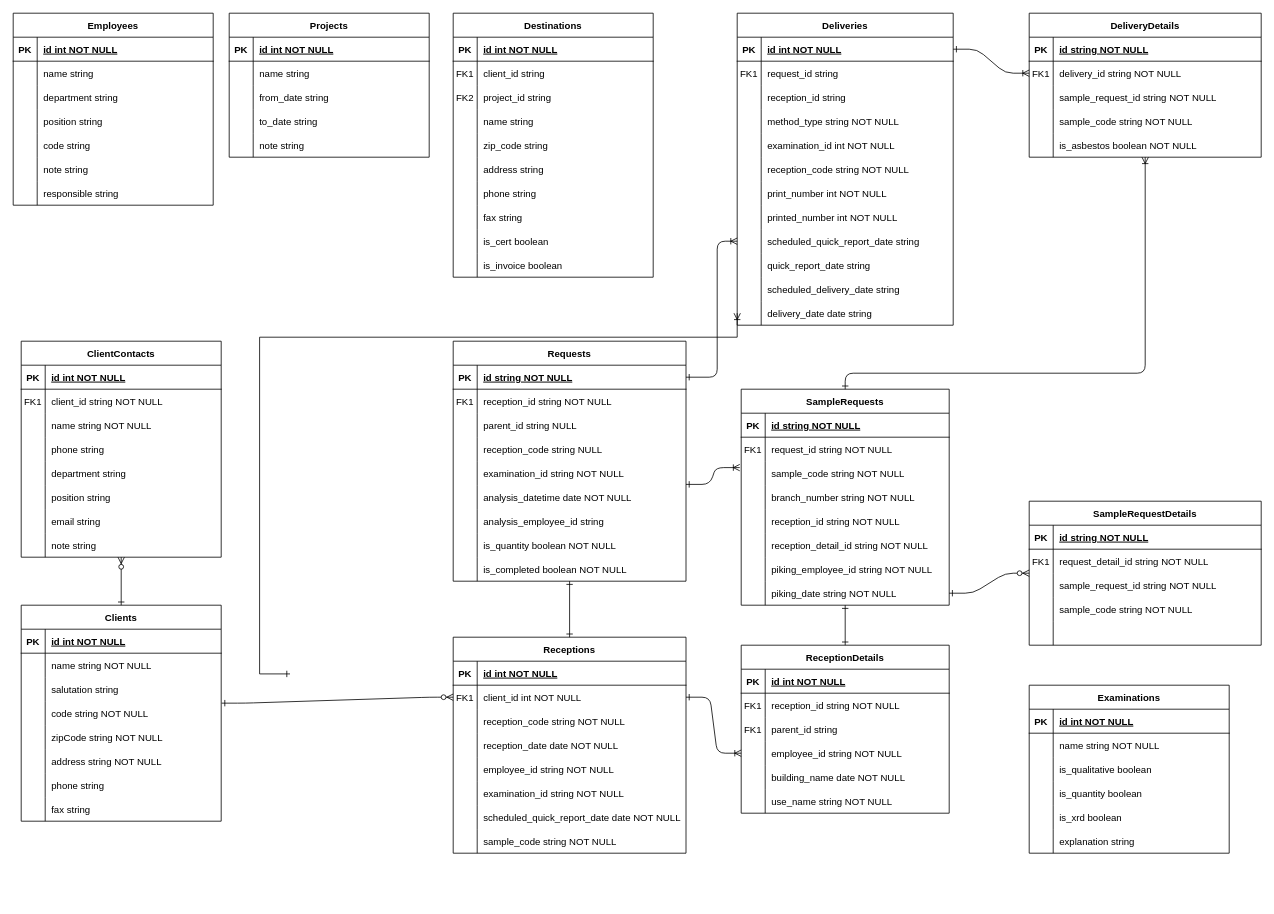
Earlier version of the draw.io diagram page "E-R図" (1 of 4) of NELAB.drawio (kaoru387/draw.io). Source tidied: cells renumbered, new cells numbered last; positions are measured from the earlier drawing's top-left corner, leaving out a move shared by most shapes. Both pictures are drawn from the tidied source at 80%, with x=0, y=0 at pixel (13, 13).
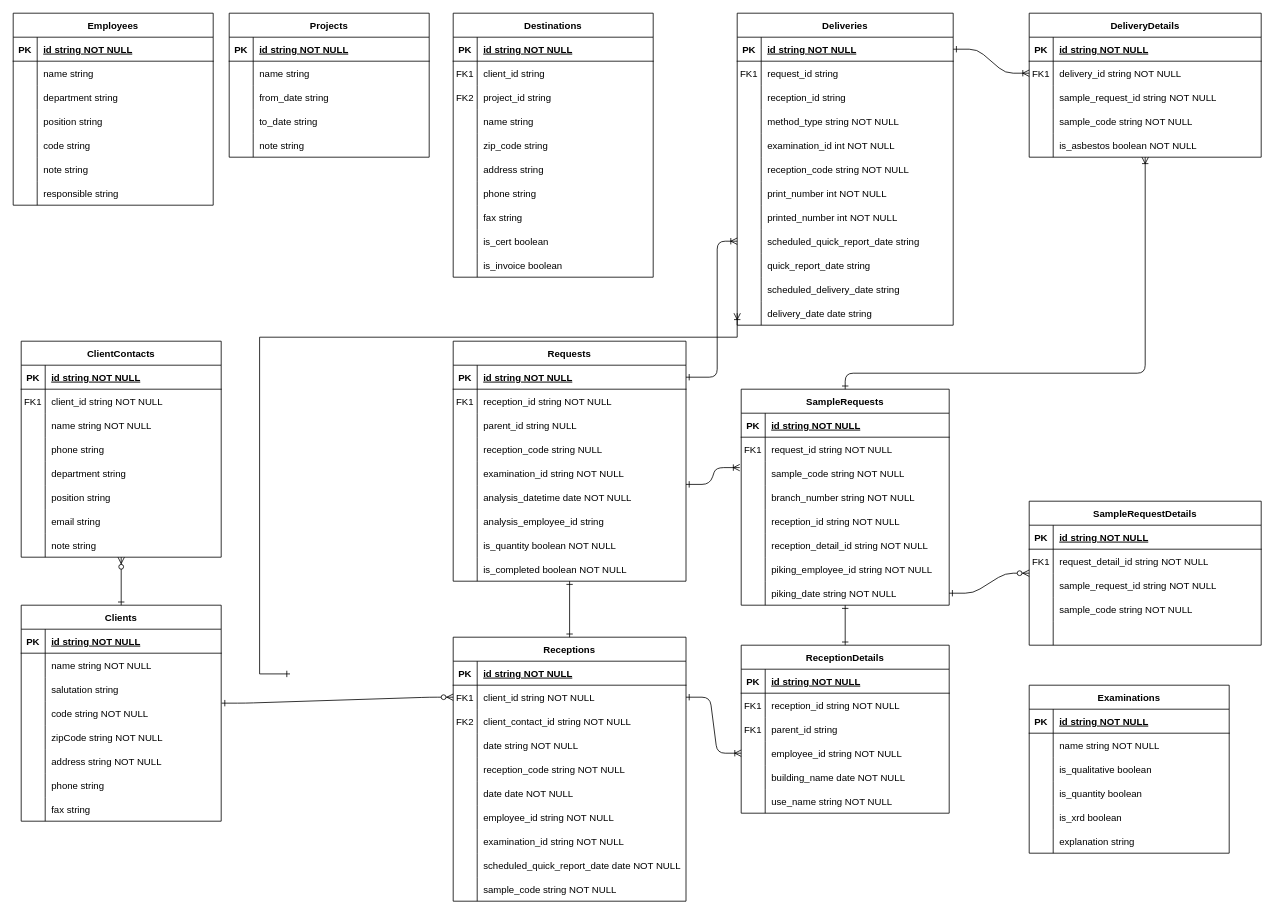
Above is the later version.

Commit message (it also covers changes not shown here):
NELAB.drawio を更新します

Unchanged cells that the change refers to:
```xml
<mxCell id="5" style="shape=partialRectangle;fillColor=none;top=0;left=0;right=0;bottom=1;" parent="4" vertex="1">
  <mxGeometry y="30" width="291" height="30" as="geometry" />
</mxCell>
<mxCell id="8" style="shape=partialRectangle;fillColor=none;points=[[0,0.5],[1,0.5]];portConstraint=eastwest;top=0;left=0;right=0;bottom=0;" parent="4" vertex="1">
  <mxGeometry y="60" width="291" height="30" as="geometry" />
</mxCell>
<mxCell id="11" style="shape=partialRectangle;fillColor=none;top=0;left=0;right=0;bottom=0;" parent="4" vertex="1">
  <mxGeometry y="90" width="291" height="30" as="geometry" />
</mxCell>
<mxCell id="30" style="shape=partialRectangle;fillColor=none;points=[[0,0.5],[1,0.5]];portConstraint=eastwest;top=0;left=0;right=0;bottom=1;" parent="29" vertex="1">
  <mxGeometry y="30" width="270" height="30" as="geometry" />
</mxCell>
<mxCell id="67" style="shape=partialRectangle;fillColor=none;top=0;left=0;right=0;bottom=1;" parent="66" vertex="1">
  <mxGeometry y="30" width="250" height="30" as="geometry" />
</mxCell>
<mxCell id="92" style="shape=partialRectangle;fillColor=none;top=0;left=0;right=0;bottom=1;" parent="91" vertex="1">
  <mxGeometry y="30" width="260" height="30" as="geometry" />
</mxCell>
<mxCell id="111" style="shape=partialRectangle;fillColor=none;top=0;left=0;right=0;bottom=1;" parent="110" vertex="1">
  <mxGeometry y="30" width="250" height="30" as="geometry" />
</mxCell>
<mxCell id="231" style="shape=partialRectangle;fillColor=none;top=0;left=0;right=0;bottom=1;" parent="230" vertex="1">
  <mxGeometry y="30" width="250" height="30" as="geometry" />
</mxCell>
<mxCell id="262" style="shape=partialRectangle;fillColor=none;top=0;left=0;right=0;bottom=1;" parent="261" vertex="1">
  <mxGeometry y="30" width="250" height="30" as="geometry" />
</mxCell>
<mxCell id="278" style="shape=partialRectangle;fillColor=none;top=0;left=0;right=0;bottom=1;" parent="277" vertex="1">
  <mxGeometry y="30" width="250" height="30" as="geometry" />
</mxCell>
<mxCell id="300" style="shape=partialRectangle;fillColor=none;top=0;left=0;right=0;bottom=1;" parent="299" vertex="1">
  <mxGeometry y="30" width="250" height="30" as="geometry" />
</mxCell>
```

Change to the diagram source:
```diff
@@
     <mxCell id="4" value="Receptions" style="shape=table;startSize=30;childLayout=tableLayout;rowLines=0;fontStyle=1;align=center;" parent="1" vertex="1">
-      <mxGeometry x="550" y="780" width="291" height="270" as="geometry" />
+      <mxGeometry x="550" y="780" width="291" height="330" as="geometry" />
     </mxCell>
@@
-    <mxCell id="7" value="id int NOT NULL " style="shape=partialRectangle;overflow=hidden;fillColor=none;top=0;left=0;bottom=0;right=0;align=left;spacingLeft=6;fontStyle=5;" parent="5" vertex="1">
+    <mxCell id="7" value="id string NOT NULL " style="shape=partialRectangle;overflow=hidden;fillColor=none;top=0;left=0;bottom=0;right=0;align=left;spacingLeft=6;fontStyle=5;" parent="5" vertex="1">
       <mxGeometry x="30" width="261" height="30" as="geometry" />
     </mxCell>
@@
-    <mxCell id="10" value="client_id int NOT NULL" style="shape=partialRectangle;overflow=hidden;fillColor=none;top=0;left=0;bottom=0;right=0;align=left;spacingLeft=6;" parent="8" vertex="1">
+    <mxCell id="10" value="client_id string NOT NULL" style="shape=partialRectangle;overflow=hidden;fillColor=none;top=0;left=0;bottom=0;right=0;align=left;spacingLeft=6;" parent="8" vertex="1">
       <mxGeometry x="30" width="261" height="30" as="geometry" />
     </mxCell>
@@
-    <mxCell id="12" style="shape=partialRectangle;overflow=hidden;fillColor=none;top=0;left=0;bottom=0;right=0;" parent="11" vertex="1">
+    <mxCell id="12" value="FK2" style="shape=partialRectangle;overflow=hidden;fillColor=none;top=0;left=0;bottom=0;right=0;" parent="11" vertex="1">
       <mxGeometry width="30" height="30" as="geometry" />
     </mxCell>
-    <mxCell id="13" value="reception_code string NOT NULL" style="shape=partialRectangle;overflow=hidden;fillColor=none;top=0;left=0;bottom=0;right=0;align=left;spacingLeft=6;" parent="11" vertex="1">
+    <mxCell id="13" value="client_contact_id string NOT NULL" style="shape=partialRectangle;overflow=hidden;fillColor=none;top=0;left=0;bottom=0;right=0;align=left;spacingLeft=6;" parent="11" vertex="1">
       <mxGeometry x="30" width="261" height="30" as="geometry" />
     </mxCell>
+    <mxCell id="318" style="shape=partialRectangle;fillColor=none;top=0;left=0;right=0;bottom=0;" parent="4" vertex="1">
+      <mxGeometry y="120" width="291" height="30" as="geometry" />
+    </mxCell>
+    <mxCell id="319" style="shape=partialRectangle;overflow=hidden;fillColor=none;top=0;left=0;bottom=0;right=0;" parent="318" vertex="1">
+      <mxGeometry width="30" height="30" as="geometry" />
+    </mxCell>
+    <mxCell id="320" value="date string NOT NULL" style="shape=partialRectangle;overflow=hidden;fillColor=none;top=0;left=0;bottom=0;right=0;align=left;spacingLeft=6;" parent="318" vertex="1">
+      <mxGeometry x="30" width="261" height="30" as="geometry" />
+    </mxCell>
+    <mxCell id="321" style="shape=partialRectangle;fillColor=none;top=0;left=0;right=0;bottom=0;" parent="4" vertex="1">
+      <mxGeometry y="150" width="291" height="30" as="geometry" />
+    </mxCell>
+    <mxCell id="322" style="shape=partialRectangle;overflow=hidden;fillColor=none;top=0;left=0;bottom=0;right=0;" parent="321" vertex="1">
+      <mxGeometry width="30" height="30" as="geometry" />
+    </mxCell>
+    <mxCell id="323" value="reception_code string NOT NULL" style="shape=partialRectangle;overflow=hidden;fillColor=none;top=0;left=0;bottom=0;right=0;align=left;spacingLeft=6;" parent="321" vertex="1">
+      <mxGeometry x="30" width="261" height="30" as="geometry" />
+    </mxCell>
     <mxCell id="14" style="shape=partialRectangle;fillColor=none;top=0;left=0;right=0;bottom=0;" parent="4" vertex="1">
-      <mxGeometry y="120" width="291" height="30" as="geometry" />
+      <mxGeometry y="180" width="291" height="30" as="geometry" />
     </mxCell>
@@
-    <mxCell id="16" value="reception_date date NOT NULL" style="shape=partialRectangle;overflow=hidden;fillColor=none;top=0;left=0;bottom=0;right=0;align=left;spacingLeft=6;" parent="14" vertex="1">
+    <mxCell id="16" value="date date NOT NULL" style="shape=partialRectangle;overflow=hidden;fillColor=none;top=0;left=0;bottom=0;right=0;align=left;spacingLeft=6;" parent="14" vertex="1">
       <mxGeometry x="30" width="261" height="30" as="geometry" />
     </mxCell>
     <mxCell id="17" style="shape=partialRectangle;fillColor=none;top=0;left=0;right=0;bottom=0;" parent="4" vertex="1">
-      <mxGeometry y="150" width="291" height="30" as="geometry" />
+      <mxGeometry y="210" width="291" height="30" as="geometry" />
     </mxCell>
@@
     <mxCell id="20" style="shape=partialRectangle;fillColor=none;top=0;left=0;right=0;bottom=0;" parent="4" vertex="1">
-      <mxGeometry y="180" width="291" height="30" as="geometry" />
+      <mxGeometry y="240" width="291" height="30" as="geometry" />
     </mxCell>
@@
     <mxCell id="23" style="shape=partialRectangle;fillColor=none;top=0;left=0;right=0;bottom=0;" parent="4" vertex="1">
-      <mxGeometry y="210" width="291" height="30" as="geometry" />
+      <mxGeometry y="270" width="291" height="30" as="geometry" />
     </mxCell>
@@
     <mxCell id="26" style="shape=partialRectangle;fillColor=none;top=0;left=0;right=0;bottom=0;" parent="4" vertex="1">
-      <mxGeometry y="240" width="291" height="30" as="geometry" />
+      <mxGeometry y="300" width="291" height="30" as="geometry" />
     </mxCell>
@@
-    <mxCell id="32" value="id int NOT NULL " style="shape=partialRectangle;overflow=hidden;fillColor=none;top=0;left=0;bottom=0;right=0;align=left;spacingLeft=6;fontStyle=5;" parent="30" vertex="1">
+    <mxCell id="32" value="id string NOT NULL " style="shape=partialRectangle;overflow=hidden;fillColor=none;top=0;left=0;bottom=0;right=0;align=left;spacingLeft=6;fontStyle=5;" parent="30" vertex="1">
       <mxGeometry x="30" width="240" height="30" as="geometry" />
     </mxCell>
@@
-    <mxCell id="69" value="id int NOT NULL " style="shape=partialRectangle;overflow=hidden;fillColor=none;top=0;left=0;bottom=0;right=0;align=left;spacingLeft=6;fontStyle=5;" parent="67" vertex="1">
+    <mxCell id="69" value="id string NOT NULL " style="shape=partialRectangle;overflow=hidden;fillColor=none;top=0;left=0;bottom=0;right=0;align=left;spacingLeft=6;fontStyle=5;" parent="67" vertex="1">
       <mxGeometry x="30" width="220" height="30" as="geometry" />
     </mxCell>
@@
-    <mxCell id="94" value="id int NOT NULL " style="shape=partialRectangle;overflow=hidden;fillColor=none;top=0;left=0;bottom=0;right=0;align=left;spacingLeft=6;fontStyle=5;" parent="92" vertex="1">
+    <mxCell id="94" value="id string NOT NULL " style="shape=partialRectangle;overflow=hidden;fillColor=none;top=0;left=0;bottom=0;right=0;align=left;spacingLeft=6;fontStyle=5;" parent="92" vertex="1">
       <mxGeometry x="30" width="230" height="30" as="geometry" />
     </mxCell>
@@
-    <mxCell id="113" value="id int NOT NULL " style="shape=partialRectangle;overflow=hidden;fillColor=none;top=0;left=0;bottom=0;right=0;align=left;spacingLeft=6;fontStyle=5;" parent="111" vertex="1">
+    <mxCell id="113" value="id string NOT NULL " style="shape=partialRectangle;overflow=hidden;fillColor=none;top=0;left=0;bottom=0;right=0;align=left;spacingLeft=6;fontStyle=5;" parent="111" vertex="1">
       <mxGeometry x="30" width="220" height="30" as="geometry" />
     </mxCell>
@@
-    <mxCell id="233" value="id int NOT NULL " style="shape=partialRectangle;overflow=hidden;fillColor=none;top=0;left=0;bottom=0;right=0;align=left;spacingLeft=6;fontStyle=5;" parent="231" vertex="1">
+    <mxCell id="233" value="id string NOT NULL " style="shape=partialRectangle;overflow=hidden;fillColor=none;top=0;left=0;bottom=0;right=0;align=left;spacingLeft=6;fontStyle=5;" parent="231" vertex="1">
       <mxGeometry x="30" width="220" height="30" as="geometry" />
     </mxCell>
@@
-    <mxCell id="264" value="id int NOT NULL " style="shape=partialRectangle;overflow=hidden;fillColor=none;top=0;left=0;bottom=0;right=0;align=left;spacingLeft=6;fontStyle=5;" parent="262" vertex="1">
+    <mxCell id="264" value="id string NOT NULL " style="shape=partialRectangle;overflow=hidden;fillColor=none;top=0;left=0;bottom=0;right=0;align=left;spacingLeft=6;fontStyle=5;" parent="262" vertex="1">
       <mxGeometry x="30" width="220" height="30" as="geometry" />
     </mxCell>
@@
-    <mxCell id="280" value="id int NOT NULL " style="shape=partialRectangle;overflow=hidden;fillColor=none;top=0;left=0;bottom=0;right=0;align=left;spacingLeft=6;fontStyle=5;" parent="278" vertex="1">
+    <mxCell id="280" value="id string NOT NULL " style="shape=partialRectangle;overflow=hidden;fillColor=none;top=0;left=0;bottom=0;right=0;align=left;spacingLeft=6;fontStyle=5;" parent="278" vertex="1">
       <mxGeometry x="30" width="220" height="30" as="geometry" />
     </mxCell>
@@
-    <mxCell id="302" value="id int NOT NULL " style="shape=partialRectangle;overflow=hidden;fillColor=none;top=0;left=0;bottom=0;right=0;align=left;spacingLeft=6;fontStyle=5;" parent="300" vertex="1">
+    <mxCell id="302" value="id string NOT NULL " style="shape=partialRectangle;overflow=hidden;fillColor=none;top=0;left=0;bottom=0;right=0;align=left;spacingLeft=6;fontStyle=5;" parent="300" vertex="1">
       <mxGeometry x="30" width="220" height="30" as="geometry" />
     </mxCell>
```
